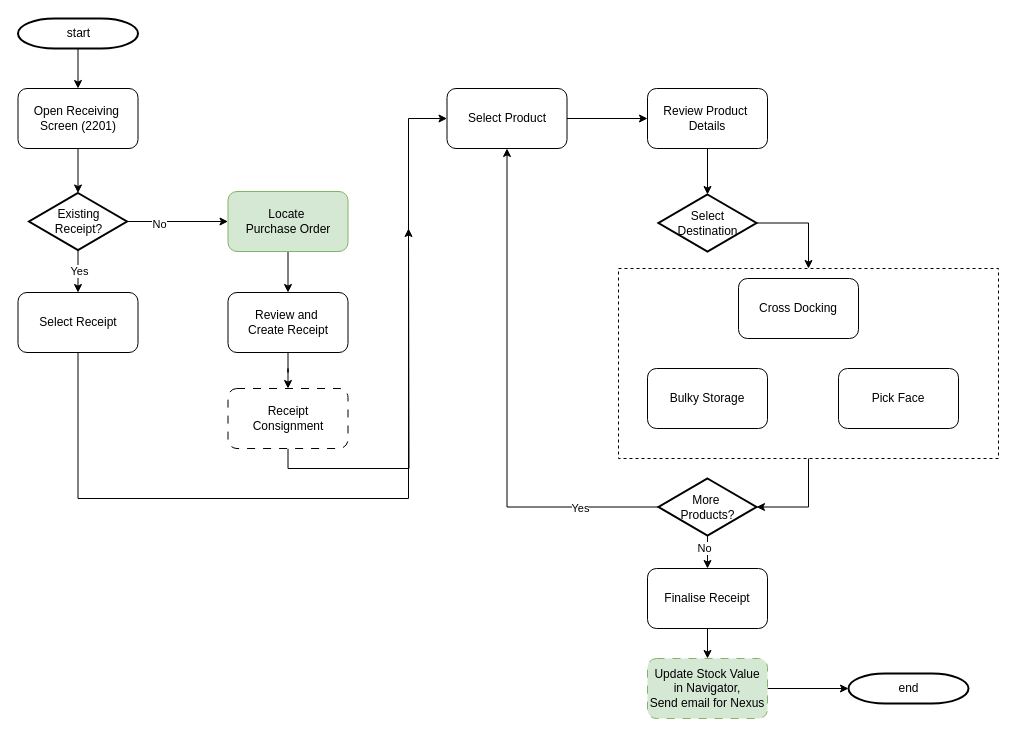
ZTomChen/NavigatorFlowcharts keeps this draw.io diagram as Receiving.drawio. Above is the earlier version. Source tidied: cells renumbered, new cells numbered last; positions are measured from the earlier drawing's top-left corner, leaving out a move shared by most shapes. Both pictures are drawn from the tidied source at 100%, with x=0, y=0 at pixel (18, 18).
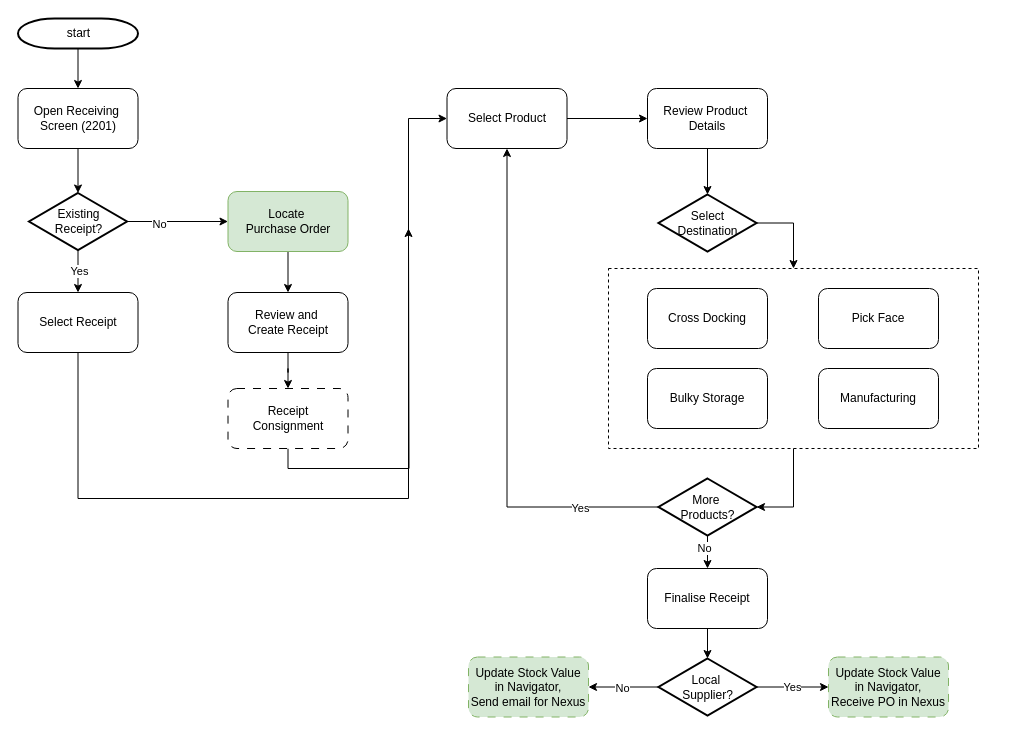
After the change.

Unchanged cells that the change refers to:
```xml
<mxCell id="22" value="&lt;span style=&quot;text-wrap-mode: nowrap;&quot;&gt;Finalise Receipt&lt;/span&gt;" style="rounded=1;whiteSpace=wrap;html=1;" parent="1" vertex="1">
  <mxGeometry x="629" y="550" width="120" height="60" as="geometry" />
</mxCell>
```

Diff of the diagram source:
```diff
@@
-    <mxCell id="21" style="edgeStyle=orthogonalEdgeStyle;rounded=0;jettySize=auto;html=1;exitX=0.5;exitY=1;exitDx=0;exitDy=0;entryX=0.5;entryY=0;entryDx=0;entryDy=0;" parent="1" edge="1" source="22" target="40">
-      <mxGeometry relative="1" as="geometry" />
+    <mxCell id="21" style="edgeStyle=orthogonalEdgeStyle;rounded=0;jettySize=auto;html=1;exitX=0.5;exitY=1;exitDx=0;exitDy=0;entryX=0.5;entryY=0;entryDx=0;entryDy=0;" parent="1" edge="1" source="22">
+      <mxGeometry relative="1" as="geometry">
+        <mxPoint x="689" y="640" as="targetPoint" />
+      </mxGeometry>
     </mxCell>
@@
     <mxCell id="24" value="&lt;span style=&quot;text-wrap-mode: nowrap;&quot;&gt;Pick Face&lt;/span&gt;" style="rounded=1;whiteSpace=wrap;html=1;" parent="1" vertex="1">
-      <mxGeometry x="820" y="350" width="120" height="60" as="geometry" />
+      <mxGeometry x="800" y="270" width="120" height="60" as="geometry" />
     </mxCell>
     <mxCell id="25" value="&lt;span style=&quot;text-wrap-mode: nowrap;&quot;&gt;Cross Docking&lt;/span&gt;" style="rounded=1;whiteSpace=wrap;html=1;" parent="1" vertex="1">
-      <mxGeometry x="720" y="260" width="120" height="60" as="geometry" />
+      <mxGeometry x="629" y="270" width="120" height="60" as="geometry" />
     </mxCell>
@@
     <mxCell id="36" style="rounded=0;whiteSpace=wrap;html=1;fillColor=none;dashed=1;" parent="1" vertex="1">
-      <mxGeometry x="600" y="250" width="380" height="190" as="geometry" />
+      <mxGeometry x="590" y="250" width="370" height="180" as="geometry" />
     </mxCell>
@@
-    <mxCell id="38" value="end" style="shape=mxgraph.flowchart.terminator;strokeWidth=2;gradientColor=none;gradientDirection=north;fontStyle=0;html=1;" parent="1" vertex="1">
-      <mxGeometry x="830" y="655" width="120" height="30" as="geometry" />
-    </mxCell>
-    <mxCell id="39" style="edgeStyle=orthogonalEdgeStyle;rounded=0;jettySize=auto;html=1;exitX=1;exitY=0.5;exitDx=0;exitDy=0;" parent="1" edge="1" source="40">
-      <mxGeometry relative="1" as="geometry">
-        <mxPoint x="830" y="670" as="targetPoint" />
-      </mxGeometry>
-    </mxCell>
+    <mxCell id="41" value="&lt;span style=&quot;text-wrap-mode: nowrap;&quot;&gt;Manufacturing&lt;/span&gt;" style="rounded=1;whiteSpace=wrap;html=1;" parent="1" vertex="1">
+      <mxGeometry x="800" y="350" width="120" height="60" as="geometry" />
+    </mxCell>
+    <mxCell id="42" style="edgeStyle=orthogonalEdgeStyle;rounded=0;jettySize=auto;html=1;" parent="1" edge="1" source="45" target="40">
+      <mxGeometry relative="1" as="geometry" />
+    </mxCell>
+    <mxCell id="43" value="No" style="edgeLabel;html=1;align=center;verticalAlign=middle;" parent="42" vertex="1">
+      <mxGeometry x="0.07" y="1" relative="1" as="geometry" />
+    </mxCell>
+    <mxCell id="44" value="Yes" style="edgeStyle=orthogonalEdgeStyle;rounded=0;jettySize=auto;html=1;" parent="1" edge="1" source="45" target="46">
+      <mxGeometry relative="1" as="geometry" />
+    </mxCell>
+    <mxCell id="45" value="Local&amp;nbsp;&lt;div&gt;Supplier?&lt;/div&gt;" style="shape=mxgraph.flowchart.decision;strokeWidth=2;gradientColor=none;gradientDirection=north;fontStyle=0;html=1;" parent="1" vertex="1">
+      <mxGeometry x="640" y="640" width="98" height="57" as="geometry" />
+    </mxCell>
     <mxCell id="40" value="&lt;span style=&quot;text-wrap-mode: nowrap;&quot;&gt;Update Stock Value&lt;/span&gt;&lt;div&gt;&lt;span style=&quot;text-wrap-mode: nowrap;&quot;&gt;in Navigator,&lt;/span&gt;&lt;/div&gt;&lt;div&gt;&lt;span style=&quot;text-wrap-mode: nowrap;&quot;&gt;Send email for Nexus&lt;/span&gt;&lt;/div&gt;" style="rounded=1;whiteSpace=wrap;html=1;dashed=1;dashPattern=8 8;fillColor=#d5e8d4;strokeColor=#82b366;" parent="1" vertex="1">
-      <mxGeometry x="629" y="640" width="120" height="60" as="geometry" />
+      <mxGeometry x="450" y="638.5" width="120" height="60" as="geometry" />
     </mxCell>
+    <mxCell id="46" value="&lt;span style=&quot;text-wrap-mode: nowrap;&quot;&gt;Update Stock Value&lt;/span&gt;&lt;div&gt;&lt;span style=&quot;text-wrap-mode: nowrap;&quot;&gt;in Navigator,&lt;/span&gt;&lt;/div&gt;&lt;div&gt;&lt;span style=&quot;text-wrap-mode: nowrap;&quot;&gt;Receive PO in Nexus&lt;/span&gt;&lt;/div&gt;" style="rounded=1;whiteSpace=wrap;html=1;dashed=1;dashPattern=8 8;fillColor=#d5e8d4;strokeColor=#82b366;" parent="1" vertex="1">
+      <mxGeometry x="810" y="638.5" width="120" height="60" as="geometry" />
+    </mxCell>
```
